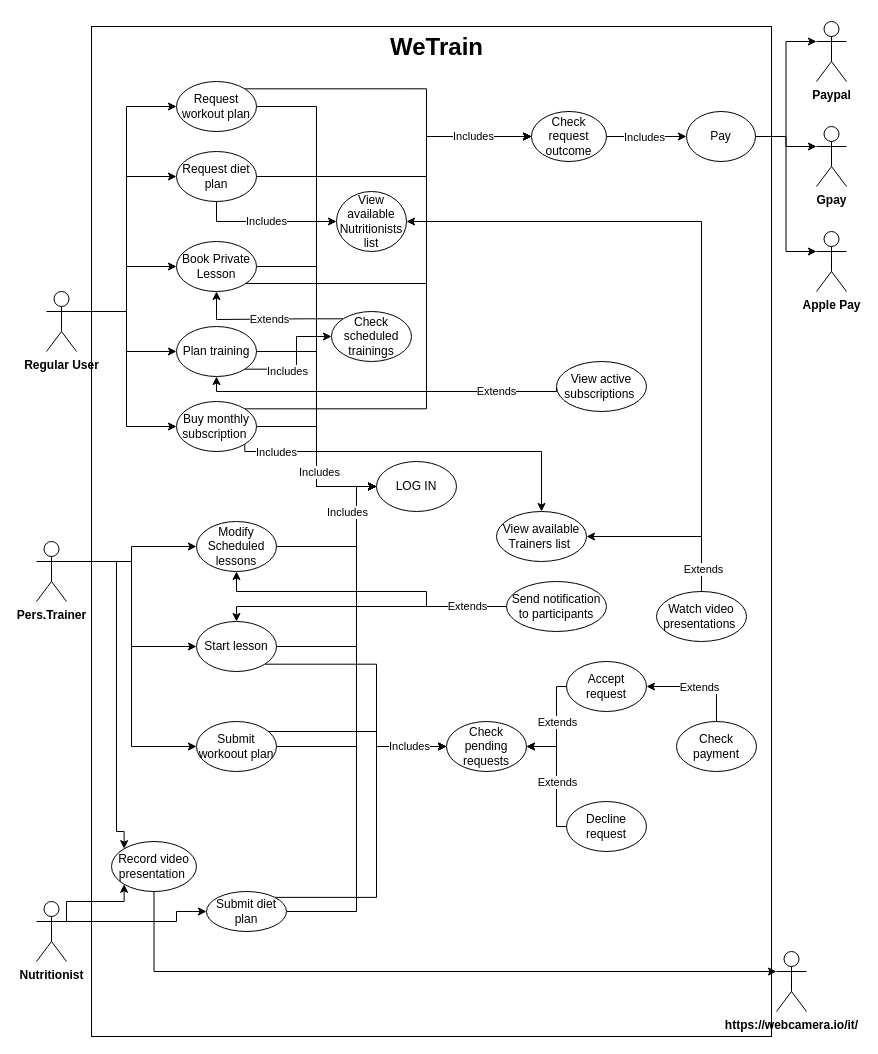
The draw.io diagram UCdiagram.drawio in Bobbarello00/WeTrain, before the edit. Source tidied: cells renumbered, new cells numbered last; positions are measured from the earlier drawing's top-left corner, leaving out a move shared by most shapes. Both pictures are drawn from the tidied source at 100%, with x=0, y=0 at pixel (-74, 21).
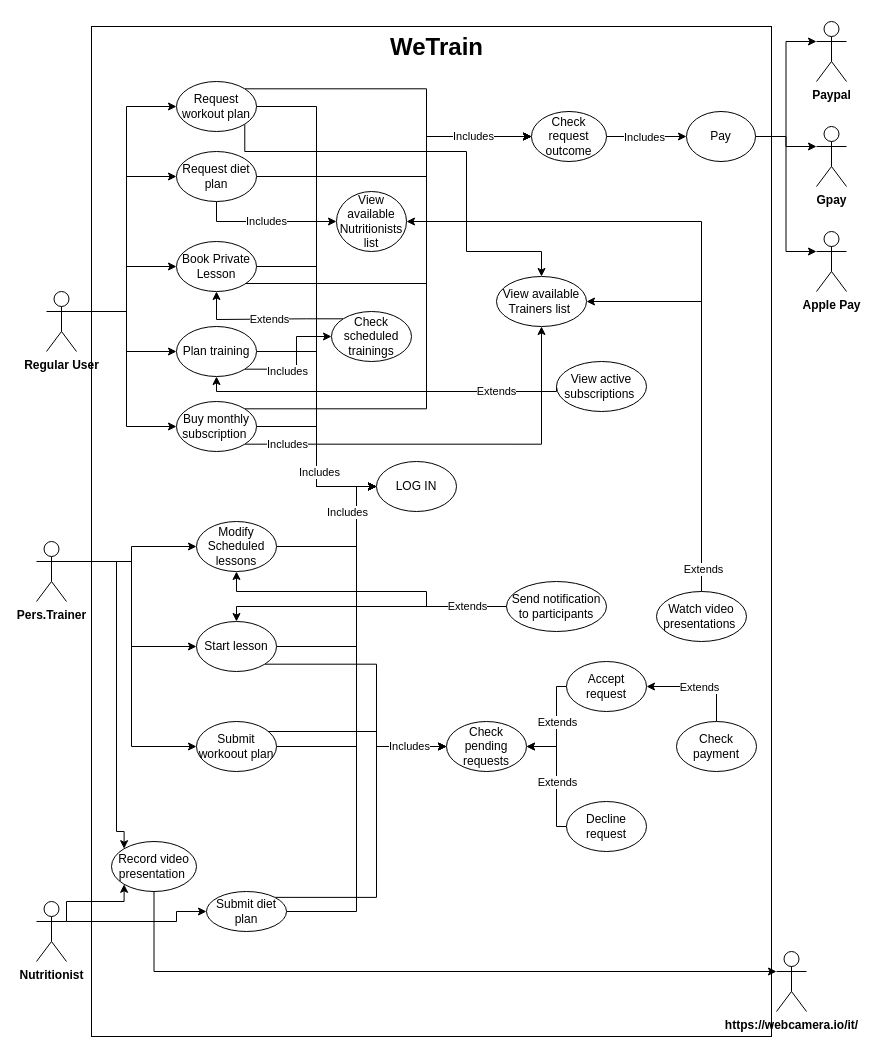
Above is the later version.

The change refers to these unchanged cells:
```xml
<mxCell id="48" value="Buy monthly subscription&amp;nbsp;" style="ellipse;whiteSpace=wrap;html=1;" parent="1" vertex="1">
  <mxGeometry x="250" y="380" width="80" height="50" as="geometry" />
</mxCell>
<mxCell id="58" value="Request workout plan" style="ellipse;whiteSpace=wrap;html=1;" parent="1" vertex="1">
  <mxGeometry x="250" y="60" width="80" height="50" as="geometry" />
</mxCell>
<mxCell id="81" value="&lt;div&gt;&lt;span&gt;Watch video presentations&amp;nbsp;&lt;/span&gt;&lt;/div&gt;" style="ellipse;whiteSpace=wrap;html=1;align=center;" parent="1" vertex="1">
  <mxGeometry x="730" y="570" width="90" height="50" as="geometry" />
</mxCell>
```

The edit, as a diff of the source:
```diff
@@
-    <mxCell id="45" style="edgeStyle=orthogonalEdgeStyle;rounded=0;jettySize=auto;html=1;exitX=1;exitY=1;exitDx=0;exitDy=0;entryX=0.5;entryY=0;entryDx=0;entryDy=0;" parent="1" edge="1" source="48" target="49">
+    <mxCell id="45" style="edgeStyle=orthogonalEdgeStyle;rounded=0;jettySize=auto;html=1;exitX=1;exitY=1;exitDx=0;exitDy=0;entryX=0.5;entryY=1;entryDx=0;entryDy=0;" parent="1" edge="1" source="48" target="49">
       <mxGeometry relative="1" as="geometry">
         <Array as="points">
-          <mxPoint x="318" y="430" />
-          <mxPoint x="615" y="430" />
+          <mxPoint x="615" y="423" />
         </Array>
       </mxGeometry>
     </mxCell>
     <mxCell id="46" value="Includes" style="edgeLabel;html=1;align=center;verticalAlign=middle;" parent="45" vertex="1">
       <mxGeometry x="-0.05" y="-3" relative="1" as="geometry">
-        <mxPoint x="-134" y="-3" as="offset" />
+        <mxPoint x="-155" y="-3" as="offset" />
       </mxGeometry>
     </mxCell>
@@
     <mxCell id="49" value="&lt;div&gt;&lt;span&gt;View available Trainers list&amp;nbsp;&lt;/span&gt;&lt;/div&gt;" style="ellipse;whiteSpace=wrap;html=1;align=center;" parent="1" vertex="1">
-      <mxGeometry x="570" y="490" width="90" height="50" as="geometry" />
+      <mxGeometry x="570" y="255" width="90" height="50" as="geometry" />
     </mxCell>
@@
+    <mxCell id="93" style="edgeStyle=orthogonalEdgeStyle;rounded=0;jettySize=auto;html=1;exitX=1;exitY=1;exitDx=0;exitDy=0;entryX=0.5;entryY=0;entryDx=0;entryDy=0;" parent="1" edge="1" source="58" target="49">
+      <mxGeometry relative="1" as="geometry">
+        <Array as="points">
+          <mxPoint x="318" y="130" />
+          <mxPoint x="540" y="130" />
+          <mxPoint x="540" y="230" />
+          <mxPoint x="615" y="230" />
+        </Array>
+      </mxGeometry>
+    </mxCell>
@@
     <mxCell id="78" style="edgeStyle=orthogonalEdgeStyle;rounded=0;jettySize=auto;html=1;exitX=0.5;exitY=0;exitDx=0;exitDy=0;entryX=1;entryY=0.5;entryDx=0;entryDy=0;" parent="1" edge="1" source="81" target="49">
       <mxGeometry relative="1" as="geometry">
         <Array as="points">
-          <mxPoint x="775" y="515" />
+          <mxPoint x="775" y="280" />
         </Array>
       </mxGeometry>
     </mxCell>
```
